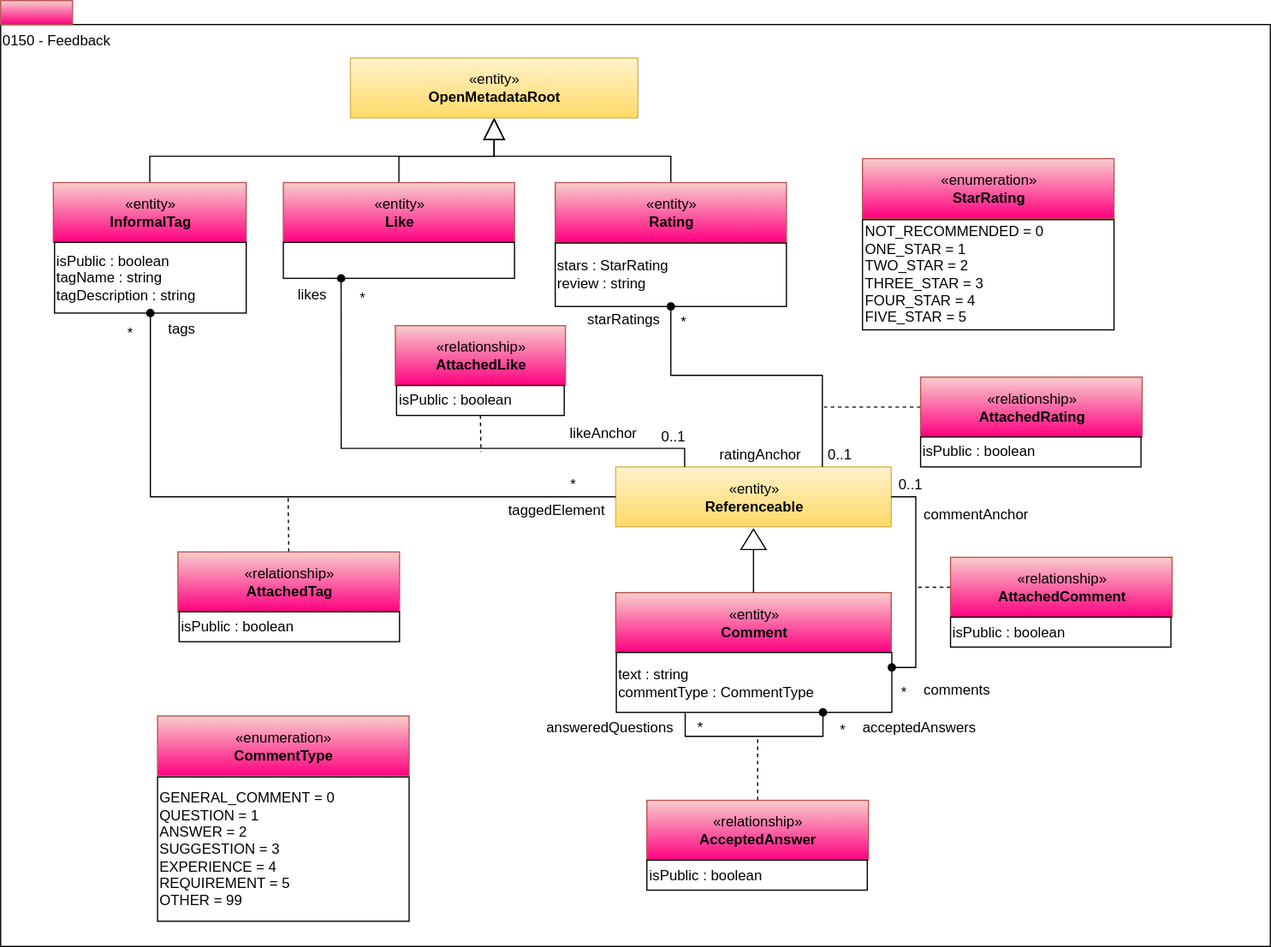
Above: site/docs/types/1/0150-Feedback.svg in odpi/egeria-docs (draw.io), before the change. Source tidied: cells renumbered, new cells last; positions are measured from the earlier drawing's top-left corner, leaving out a move shared by most shapes.
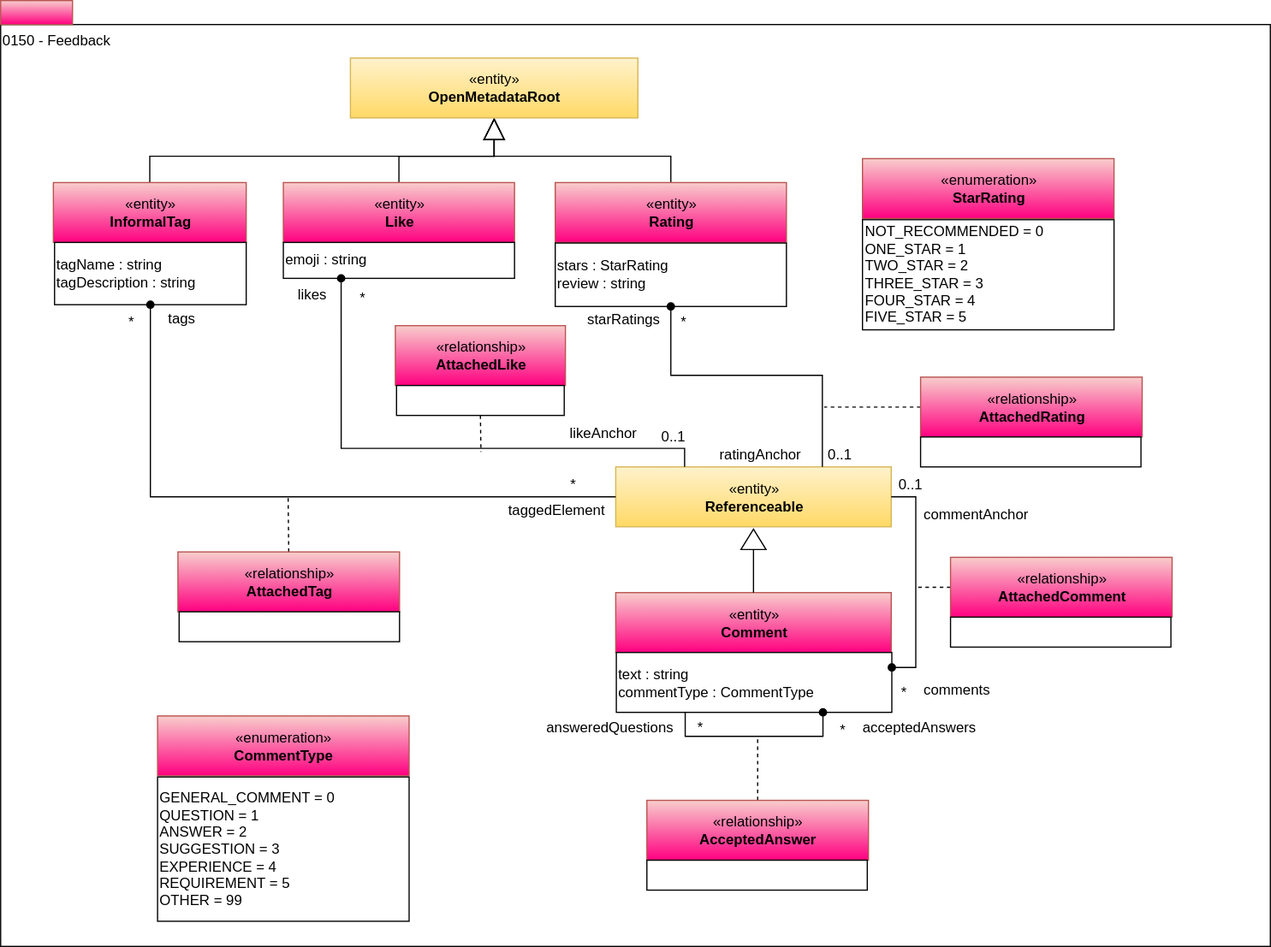
After the commit.

What changed in the source:
```diff
@@ -26,7 +26,7 @@
     <mxCell id="9" value="«entity»&lt;br&gt;&lt;b&gt;Like&lt;/b&gt;" style="html=1;strokeColor=#b85450;align=center;fillColor=#f8cecc;gradientColor=#FF0080;" parent="1" vertex="1">
       <mxGeometry x="236" y="152" width="193" height="50" as="geometry" />
     </mxCell>
-    <mxCell id="10" style="rounded=0;whiteSpace=wrap;html=1;align=left;" parent="1" vertex="1">
+    <mxCell id="10" value="emoji : string" style="rounded=0;whiteSpace=wrap;html=1;align=left;" parent="1" vertex="1">
       <mxGeometry x="236" y="202" width="193" height="30" as="geometry" />
     </mxCell>
     <mxCell id="11" style="edgeStyle=orthogonalEdgeStyle;rounded=0;html=1;exitX=0;exitY=0.5;endArrow=none;endFill=0;jettySize=auto;dashed=1;" parent="1" edge="1" source="12">
@@ -46,7 +46,7 @@
     <mxCell id="15" value="«entity»&lt;br&gt;&lt;b&gt;Referenceable&lt;/b&gt;" style="html=1;strokeColor=#d6b656;align=center;fillColor=#fff2cc;gradientColor=#ffd966;" parent="1" vertex="1">
       <mxGeometry x="513.5" y="389.5" width="230" height="50" as="geometry" />
     </mxCell>
-    <mxCell id="16" value="isPublic : boolean" style="rounded=0;whiteSpace=wrap;html=1;strokeColor=#000000;gradientColor=#ffffff;align=left;" parent="1" vertex="1">
+    <mxCell id="16" style="rounded=0;whiteSpace=wrap;html=1;strokeColor=#000000;gradientColor=#ffffff;align=left;" parent="1" vertex="1">
       <mxGeometry x="793" y="515" width="184" height="25" as="geometry" />
     </mxCell>
     <mxCell id="17" value="starRatings" style="text;html=1;align=center;verticalAlign=top;spacingTop=-4;" parent="1" vertex="1">
@@ -81,7 +81,7 @@
     <mxCell id="26" value="«relationship»&lt;br&gt;&lt;b&gt;AttachedRating&lt;/b&gt;" style="html=1;strokeColor=#b85450;align=center;fillColor=#f8cecc;gradientColor=#FF0080;" parent="1" vertex="1">
       <mxGeometry x="768" y="314.5" width="185" height="50" as="geometry" />
     </mxCell>
-    <mxCell id="27" value="&lt;span&gt;isPublic : boolean&lt;/span&gt;" style="rounded=0;whiteSpace=wrap;html=1;strokeColor=#000000;gradientColor=#ffffff;align=left;" parent="1" vertex="1">
+    <mxCell id="27" style="rounded=0;whiteSpace=wrap;html=1;strokeColor=#000000;gradientColor=#ffffff;align=left;" parent="1" vertex="1">
       <mxGeometry x="768" y="364.5" width="184" height="25" as="geometry" />
     </mxCell>
     <mxCell id="28" style="edgeStyle=orthogonalEdgeStyle;rounded=0;html=1;exitX=0.5;exitY=1;endArrow=none;endFill=0;jettySize=auto;dashed=1;exitDx=0;exitDy=0;" parent="1" edge="1" source="30">
@@ -92,7 +92,7 @@
     <mxCell id="29" value="«relationship»&lt;br&gt;&lt;b&gt;AttachedLike&lt;/b&gt;" style="html=1;strokeColor=#b85450;align=center;fillColor=#f8cecc;gradientColor=#FF0080;" parent="1" vertex="1">
       <mxGeometry x="329.5" y="271.5" width="142" height="50" as="geometry" />
     </mxCell>
-    <mxCell id="30" value="&lt;span&gt;isPublic : boolean&lt;/span&gt;" style="rounded=0;whiteSpace=wrap;html=1;strokeColor=#000000;gradientColor=#ffffff;align=left;" parent="1" vertex="1">
+    <mxCell id="30" style="rounded=0;whiteSpace=wrap;html=1;strokeColor=#000000;gradientColor=#ffffff;align=left;" parent="1" vertex="1">
       <mxGeometry x="330.5" y="321.5" width="140" height="25" as="geometry" />
     </mxCell>
     <mxCell id="31" style="edgeStyle=orthogonalEdgeStyle;rounded=0;html=1;exitX=0.5;exitY=0;endArrow=none;endFill=0;jettySize=auto;dashed=1;exitDx=0;exitDy=0;" parent="1" edge="1" source="32">
@@ -103,7 +103,7 @@
     <mxCell id="32" value="«relationship»&lt;br&gt;&lt;b&gt;AttachedTag&lt;/b&gt;" style="html=1;strokeColor=#b85450;align=center;fillColor=#f8cecc;gradientColor=#FF0080;" parent="1" vertex="1">
       <mxGeometry x="148" y="460.5" width="185" height="50" as="geometry" />
     </mxCell>
-    <mxCell id="33" value="&lt;span&gt;isPublic : boolean&lt;/span&gt;" style="rounded=0;whiteSpace=wrap;html=1;strokeColor=#000000;gradientColor=#ffffff;align=left;" parent="1" vertex="1">
+    <mxCell id="33" style="rounded=0;whiteSpace=wrap;html=1;strokeColor=#000000;gradientColor=#ffffff;align=left;" parent="1" vertex="1">
       <mxGeometry x="149" y="510.5" width="184" height="25" as="geometry" />
     </mxCell>
     <mxCell id="34" style="edgeStyle=orthogonalEdgeStyle;rounded=0;jettySize=auto;html=1;entryX=0.5;entryY=1;entryDx=0;entryDy=0;endArrow=block;endFill=0;endSize=16;" parent="1" edge="1" source="35" target="58">
@@ -122,10 +122,10 @@
       <mxGeometry x="468" y="352" width="70" height="20" as="geometry" />
     </mxCell>
     <mxCell id="39" value="*" style="text;html=1;align=center;verticalAlign=top;spacingTop=-4;" parent="1" vertex="1">
-      <mxGeometry x="98" y="268" width="20" height="20" as="geometry" />
+      <mxGeometry x="99" y="259" width="20" height="20" as="geometry" />
     </mxCell>
     <mxCell id="40" value="tags" style="text;html=1;align=center;verticalAlign=top;spacingTop=-4;" parent="1" vertex="1">
-      <mxGeometry x="131" y="265" width="40" height="20" as="geometry" />
+      <mxGeometry x="131" y="255.5" width="40" height="20" as="geometry" />
     </mxCell>
     <mxCell id="41" style="edgeStyle=orthogonalEdgeStyle;rounded=0;jettySize=auto;html=1;exitX=0.5;exitY=0;exitDx=0;exitDy=0;entryX=0.5;entryY=1;entryDx=0;entryDy=0;endArrow=block;endFill=0;endSize=16;" parent="1" edge="1" source="42" target="58">
       <mxGeometry relative="1" as="geometry" />
@@ -133,8 +133,8 @@
     <mxCell id="42" value="«entity»&lt;br&gt;&lt;b&gt;InformalTag&lt;/b&gt;" style="html=1;strokeColor=#b85450;align=center;fillColor=#f8cecc;gradientColor=#FF0080;" parent="1" vertex="1">
       <mxGeometry x="44" y="152" width="161" height="50" as="geometry" />
     </mxCell>
-    <mxCell id="43" value="isPublic : boolean&lt;br&gt;tagName : string&lt;br&gt;tagDescription : string&lt;br&gt;" style="rounded=0;whiteSpace=wrap;html=1;align=left;" parent="1" vertex="1">
-      <mxGeometry x="45" y="202" width="160" height="59" as="geometry" />
+    <mxCell id="43" value="tagName : string&lt;br&gt;tagDescription : string" style="rounded=0;whiteSpace=wrap;html=1;align=left;" parent="1" vertex="1">
+      <mxGeometry x="45" y="202" width="160" height="52" as="geometry" />
     </mxCell>
     <mxCell id="44" value="likes" style="text;html=1;align=center;verticalAlign=top;spacingTop=-4;" parent="1" vertex="1">
       <mxGeometry x="240" y="235.5" width="40" height="20" as="geometry" />
@@ -177,7 +177,7 @@
     <mxCell id="56" value="«relationship»&lt;br&gt;&lt;b&gt;AcceptedAnswer&lt;/b&gt;" style="html=1;strokeColor=#b85450;align=center;fillColor=#f8cecc;gradientColor=#FF0080;" parent="1" vertex="1">
       <mxGeometry x="539.5" y="668" width="185" height="50" as="geometry" />
     </mxCell>
-    <mxCell id="57" value="&lt;span&gt;isPublic : boolean&lt;/span&gt;" style="rounded=0;whiteSpace=wrap;html=1;strokeColor=#000000;gradientColor=#ffffff;align=left;" parent="1" vertex="1">
+    <mxCell id="57" style="rounded=0;whiteSpace=wrap;html=1;strokeColor=#000000;gradientColor=#ffffff;align=left;" parent="1" vertex="1">
       <mxGeometry x="539.5" y="718" width="184" height="25" as="geometry" />
     </mxCell>
     <mxCell id="58" value="«entity»&lt;br&gt;&lt;b&gt;OpenMetadataRoot&lt;/b&gt;" style="html=1;strokeColor=#d6b656;align=center;fillColor=#fff2cc;gradientColor=#ffd966;" parent="1" vertex="1">
```
